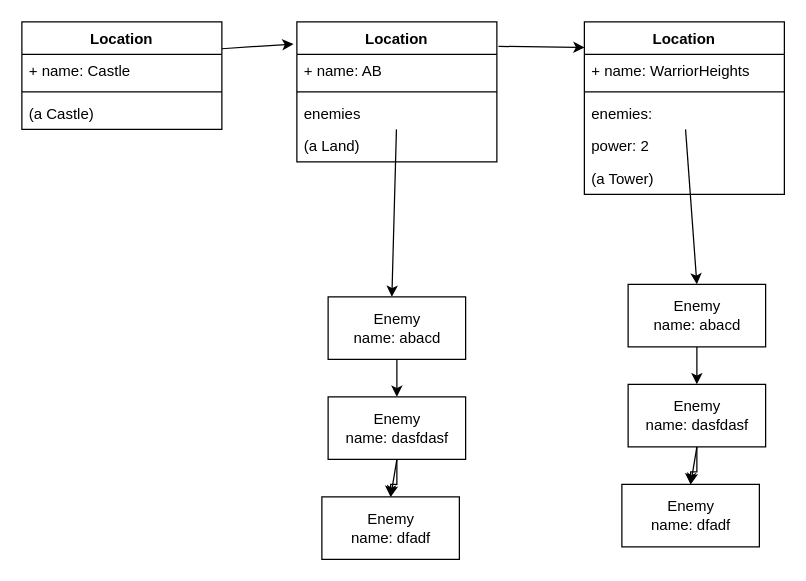
This is Enemies.drawio from Qantas94Heavy/COMP1511-20T2, a draw.io file, before an edit. Source tidied: cells renumbered, new cells numbered last; positions are measured from the earlier drawing's top-left corner, leaving out a move shared by most shapes. Both pictures are drawn from the tidied source at 125%, with x=0, y=0 at pixel (21, 21).
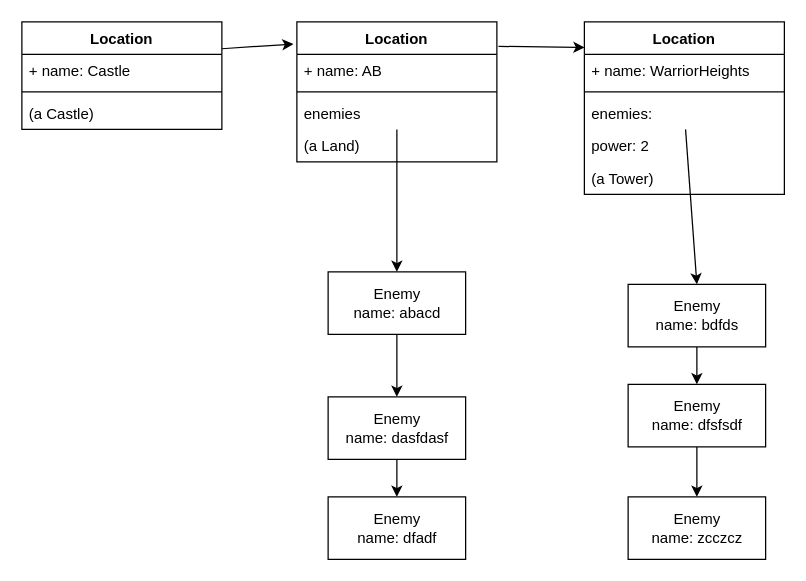
After the change.

Unchanged cells that the change refers to:
```xml
<mxCell id="9" value="enemies&#10;" style="text;strokeColor=none;fillColor=none;align=left;verticalAlign=top;spacingLeft=4;spacingRight=4;overflow=hidden;points=[[0,0.5],[1,0.5]];portConstraint=eastwest;" parent="6" vertex="1">
  <mxGeometry y="60" width="160" height="26" as="geometry" />
</mxCell>
<mxCell id="22" value="Enemy&lt;br&gt;name: dasfdasf" style="html=1;" parent="1" vertex="1">
  <mxGeometry x="245" y="300" width="110" height="50" as="geometry" />
</mxCell>
```

Change to the diagram source:
```diff
@@
-    <mxCell id="19" style="endArrow=classic;html=1;" parent="1" edge="1" source="9">
-      <mxGeometry relative="1" as="geometry">
-        <mxPoint x="296" y="220" as="targetPoint" />
-      </mxGeometry>
+    <mxCell id="19" style="endArrow=classic;html=1;entryX=0.5;entryY=0;entryDx=0;entryDy=0;" parent="1" edge="1" source="9" target="20">
+      <mxGeometry relative="1" as="geometry" />
     </mxCell>
     <mxCell id="20" value="Enemy&lt;br&gt;name: abacd" style="html=1;" parent="1" vertex="1">
-      <mxGeometry x="245" y="220" width="110" height="50" as="geometry" />
+      <mxGeometry x="245" y="200" width="110" height="50" as="geometry" />
     </mxCell>
@@
     <mxCell id="23" value="Enemy&lt;br&gt;name: dfadf" style="html=1;" parent="1" vertex="1">
-      <mxGeometry x="240" y="380" width="110" height="50" as="geometry" />
+      <mxGeometry x="245" y="380" width="110" height="50" as="geometry" />
     </mxCell>
@@
-    <mxCell id="25" style="endArrow=classic;html=1;entryX=0.5;entryY=0;entryDx=0;entryDy=0;exitX=0.5;exitY=1;exitDx=0;exitDy=0;" parent="1" edge="1" source="22" target="23">
-      <mxGeometry relative="1" as="geometry" />
-    </mxCell>
-    <mxCell id="26" value="Enemy&lt;br&gt;name: abacd" style="html=1;" parent="1" vertex="1">
+    <mxCell id="26" value="Enemy&lt;br&gt;name: bdfds" style="html=1;" parent="1" vertex="1">
       <mxGeometry x="485" y="210" width="110" height="50" as="geometry" />
     </mxCell>
@@
-    <mxCell id="28" value="Enemy&lt;br&gt;name: dasfdasf" style="html=1;" parent="1" vertex="1">
+    <mxCell id="28" value="Enemy&lt;br&gt;name: dfsfsdf" style="html=1;" parent="1" vertex="1">
       <mxGeometry x="485" y="290" width="110" height="50" as="geometry" />
     </mxCell>
-    <mxCell id="29" value="Enemy&lt;br&gt;name: dfadf" style="html=1;" parent="1" vertex="1">
-      <mxGeometry x="480" y="370" width="110" height="50" as="geometry" />
+    <mxCell id="29" value="Enemy&lt;br&gt;name: zcczcz" style="html=1;" parent="1" vertex="1">
+      <mxGeometry x="485" y="380" width="110" height="50" as="geometry" />
     </mxCell>
@@
-    <mxCell id="31" style="endArrow=classic;html=1;entryX=0.5;entryY=0;entryDx=0;entryDy=0;exitX=0.5;exitY=1;exitDx=0;exitDy=0;" parent="1" edge="1" source="28" target="29">
-      <mxGeometry relative="1" as="geometry" />
-    </mxCell>
```
